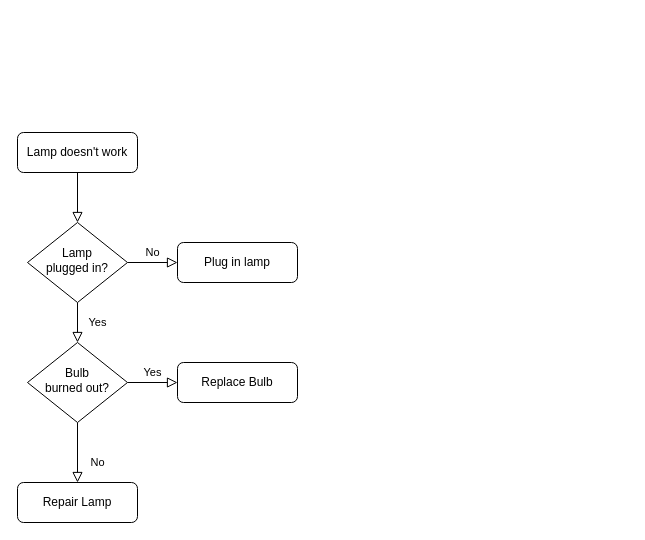
Earlier version of the draw.io diagram project/StudioLOC Diagram.drawio (Asshi01/my-first-practice-web-app). Source tidied: cells renumbered, new cells numbered last; positions are measured from the earlier drawing's top-left corner, leaving out a move shared by most shapes. Both pictures are drawn from the tidied source at 100%, with x=0, y=0 at pixel (17, 132).
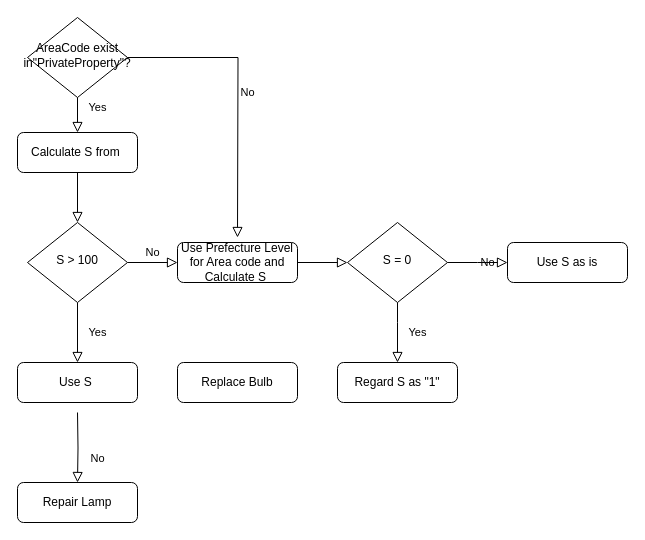
The same diagram, later.

Unchanged cells that the change refers to:
```xml
<mxCell id="11" value="Repair Lamp" style="rounded=1;whiteSpace=wrap;html=1;fontSize=12;glass=0;strokeWidth=1;shadow=0;" parent="1" vertex="1">
  <mxGeometry y="350" width="120" height="40" as="geometry" />
</mxCell>
<mxCell id="12" value="Replace Bulb" style="rounded=1;whiteSpace=wrap;html=1;fontSize=12;glass=0;strokeWidth=1;shadow=0;" parent="1" vertex="1">
  <mxGeometry x="160" y="230" width="120" height="40" as="geometry" />
</mxCell>
```

Diff of the diagram source:
```diff
@@
-    <mxCell id="3" value="Lamp doesn't work" style="rounded=1;whiteSpace=wrap;html=1;fontSize=12;glass=0;strokeWidth=1;shadow=0;" parent="1" vertex="1">
+    <mxCell id="3" value="Calculate S from&amp;nbsp;" style="rounded=1;whiteSpace=wrap;html=1;fontSize=12;glass=0;strokeWidth=1;shadow=0;" parent="1" vertex="1">
       <mxGeometry width="120" height="40" as="geometry" />
     </mxCell>
-    <mxCell id="4" value="Yes" style="rounded=0;html=1;jettySize=auto;fontSize=11;endArrow=block;endFill=0;endSize=8;strokeWidth=1;shadow=0;labelBackgroundColor=none;edgeStyle=orthogonalEdgeStyle;" parent="1" edge="1" source="6" target="10">
+    <mxCell id="4" value="Yes" style="rounded=0;html=1;jettySize=auto;fontSize=11;endArrow=block;endFill=0;endSize=8;strokeWidth=1;shadow=0;labelBackgroundColor=none;edgeStyle=orthogonalEdgeStyle;entryX=0.5;entryY=0;entryDx=0;entryDy=0;" parent="1" edge="1" source="6" target="18">
       <mxGeometry y="20" relative="1" as="geometry" />
     </mxCell>
@@
-    <mxCell id="6" value="Lamp&lt;br&gt;plugged in?" style="rhombus;whiteSpace=wrap;html=1;shadow=0;fontFamily=Helvetica;fontSize=12;align=center;strokeWidth=1;spacing=6;spacingTop=-4;" parent="1" vertex="1">
+    <mxCell id="6" value="S &amp;gt; 100" style="rhombus;whiteSpace=wrap;html=1;shadow=0;fontFamily=Helvetica;fontSize=12;align=center;strokeWidth=1;spacing=6;spacingTop=-4;" parent="1" vertex="1">
       <mxGeometry x="10" y="90" width="100" height="80" as="geometry" />
     </mxCell>
-    <mxCell id="7" value="Plug in lamp" style="rounded=1;whiteSpace=wrap;html=1;fontSize=12;glass=0;strokeWidth=1;shadow=0;" parent="1" vertex="1">
+    <mxCell id="7" value="Use Prefecture Level for Area code and&lt;br&gt;Calculate S&amp;nbsp;" style="rounded=1;whiteSpace=wrap;html=1;fontSize=12;glass=0;strokeWidth=1;shadow=0;" parent="1" vertex="1">
       <mxGeometry x="160" y="110" width="120" height="40" as="geometry" />
     </mxCell>
-    <mxCell id="8" value="No" style="rounded=0;html=1;jettySize=auto;fontSize=11;endArrow=block;endFill=0;endSize=8;strokeWidth=1;shadow=0;labelBackgroundColor=none;edgeStyle=orthogonalEdgeStyle;" parent="1" edge="1" source="10" target="11">
-      <mxGeometry x="0.33" y="20" relative="1" as="geometry" />
+    <mxCell id="8" value="No" style="rounded=0;html=1;jettySize=auto;fontSize=11;endArrow=block;endFill=0;endSize=8;strokeWidth=1;shadow=0;labelBackgroundColor=none;edgeStyle=orthogonalEdgeStyle;" parent="1" edge="1" target="11">
+      <mxGeometry x="0.33" y="20" relative="1" as="geometry">
+        <mxPoint x="60" y="280" as="sourcePoint" />
+      </mxGeometry>
     </mxCell>
-    <mxCell id="9" value="Yes" style="edgeStyle=orthogonalEdgeStyle;rounded=0;html=1;jettySize=auto;fontSize=11;endArrow=block;endFill=0;endSize=8;strokeWidth=1;shadow=0;labelBackgroundColor=none;" parent="1" edge="1" source="10" target="12">
-      <mxGeometry y="10" relative="1" as="geometry" />
-    </mxCell>
-    <mxCell id="10" value="Bulb&lt;br&gt;burned out?" style="rhombus;whiteSpace=wrap;html=1;shadow=0;fontFamily=Helvetica;fontSize=12;align=center;strokeWidth=1;spacing=6;spacingTop=-4;" parent="1" vertex="1">
-      <mxGeometry x="10" y="210" width="100" height="80" as="geometry" />
-    </mxCell>
@@
+    <mxCell id="13" value="S = 0" style="rhombus;whiteSpace=wrap;html=1;shadow=0;fontFamily=Helvetica;fontSize=12;align=center;strokeWidth=1;spacing=6;spacingTop=-4;" parent="1" vertex="1">
+      <mxGeometry x="330" y="90" width="100" height="80" as="geometry" />
+    </mxCell>
+    <mxCell id="14" style="edgeStyle=orthogonalEdgeStyle;rounded=0;html=1;jettySize=auto;fontSize=11;endArrow=block;endFill=0;endSize=8;strokeWidth=1;shadow=0;labelBackgroundColor=none;entryX=0;entryY=0.5;entryDx=0;entryDy=0;exitX=1;exitY=0.5;exitDx=0;exitDy=0;" parent="1" edge="1" source="7" target="13">
+      <mxGeometry x="-0.2" y="10" relative="1" as="geometry" />
+    </mxCell>
+    <mxCell id="15" value="No" style="edgeStyle=orthogonalEdgeStyle;rounded=0;html=1;jettySize=auto;fontSize=11;endArrow=block;endFill=0;endSize=8;strokeWidth=1;shadow=0;labelBackgroundColor=none;exitX=1;exitY=0.5;exitDx=0;exitDy=0;" parent="1" edge="1" source="13">
+      <mxGeometry y="10" relative="1" as="geometry">
+        <mxPoint x="490" y="130" as="targetPoint" />
+      </mxGeometry>
+    </mxCell>
+    <mxCell id="16" value="Use S as is" style="rounded=1;whiteSpace=wrap;html=1;fontSize=12;glass=0;strokeWidth=1;shadow=0;" parent="1" vertex="1">
+      <mxGeometry x="490" y="110" width="120" height="40" as="geometry" />
+    </mxCell>
+    <mxCell id="17" value="Regard S as &quot;1&quot;" style="rounded=1;whiteSpace=wrap;html=1;fontSize=12;glass=0;strokeWidth=1;shadow=0;" parent="1" vertex="1">
+      <mxGeometry x="320" y="230" width="120" height="40" as="geometry" />
+    </mxCell>
+    <mxCell id="18" value="Use S&amp;nbsp;" style="rounded=1;whiteSpace=wrap;html=1;fontSize=12;glass=0;strokeWidth=1;shadow=0;" parent="1" vertex="1">
+      <mxGeometry y="230" width="120" height="40" as="geometry" />
+    </mxCell>
+    <mxCell id="19" value="Yes" style="rounded=0;html=1;jettySize=auto;fontSize=11;endArrow=block;endFill=0;endSize=8;strokeWidth=1;shadow=0;labelBackgroundColor=none;edgeStyle=orthogonalEdgeStyle;entryX=0.5;entryY=0;entryDx=0;entryDy=0;exitX=0.5;exitY=1;exitDx=0;exitDy=0;" parent="1" edge="1" source="13" target="17">
+      <mxGeometry y="20" relative="1" as="geometry">
+        <Array as="points">
+          <mxPoint x="380" y="190" />
+          <mxPoint x="380" y="190" />
+        </Array>
+      </mxGeometry>
+    </mxCell>
+    <mxCell id="20" value="AreaCode exist in&quot;PrivateProperty&quot;?" style="rhombus;whiteSpace=wrap;html=1;shadow=0;fontFamily=Helvetica;fontSize=12;align=center;strokeWidth=1;spacing=6;spacingTop=-4;" parent="1" vertex="1">
+      <mxGeometry x="10" y="-115" width="100" height="80" as="geometry" />
+    </mxCell>
+    <mxCell id="21" value="No" style="edgeStyle=orthogonalEdgeStyle;rounded=0;html=1;jettySize=auto;fontSize=11;endArrow=block;endFill=0;endSize=8;strokeWidth=1;shadow=0;labelBackgroundColor=none;exitX=1;exitY=0.5;exitDx=0;exitDy=0;" parent="1" edge="1" source="20">
+      <mxGeometry y="10" relative="1" as="geometry">
+        <mxPoint x="220" y="105" as="targetPoint" />
+      </mxGeometry>
+    </mxCell>
+    <mxCell id="22" value="Yes" style="rounded=0;html=1;jettySize=auto;fontSize=11;endArrow=block;endFill=0;endSize=8;strokeWidth=1;shadow=0;labelBackgroundColor=none;edgeStyle=orthogonalEdgeStyle;exitX=0.5;exitY=1;exitDx=0;exitDy=0;entryX=0.5;entryY=0;entryDx=0;entryDy=0;" parent="1" edge="1" source="20" target="3">
+      <mxGeometry x="-0.43" y="20" relative="1" as="geometry" />
+    </mxCell>
```
